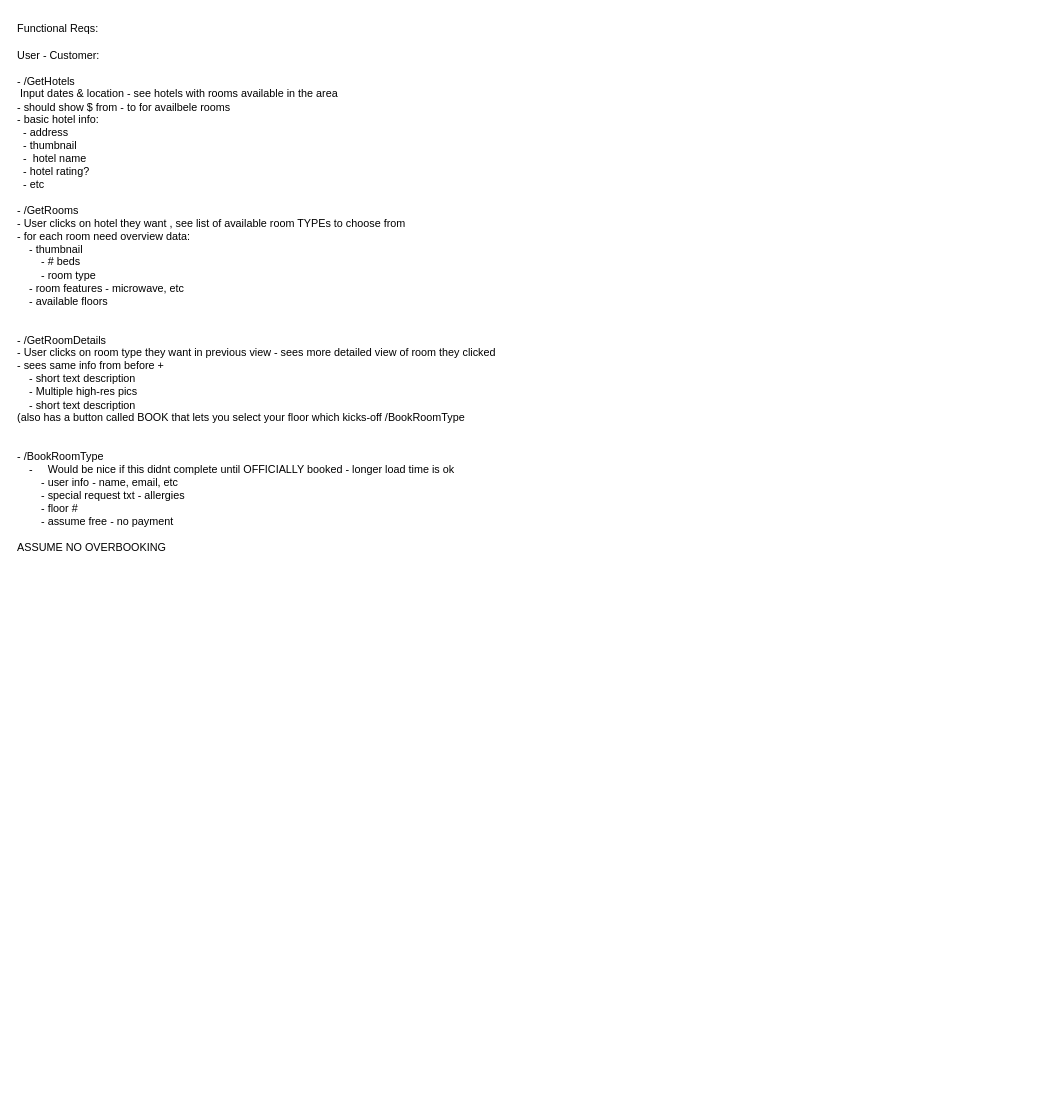
Above: hotel_booking.drawio in Brandon-Valley/draw_io_diagrams (draw.io), before the change. Source tidied: cells renumbered, new cells numbered last; positions are measured from the earlier drawing's top-left corner, leaving out a move shared by most shapes. Both pictures are drawn from the tidied source at 90%, with x=0, y=0 at pixel (15, 15).
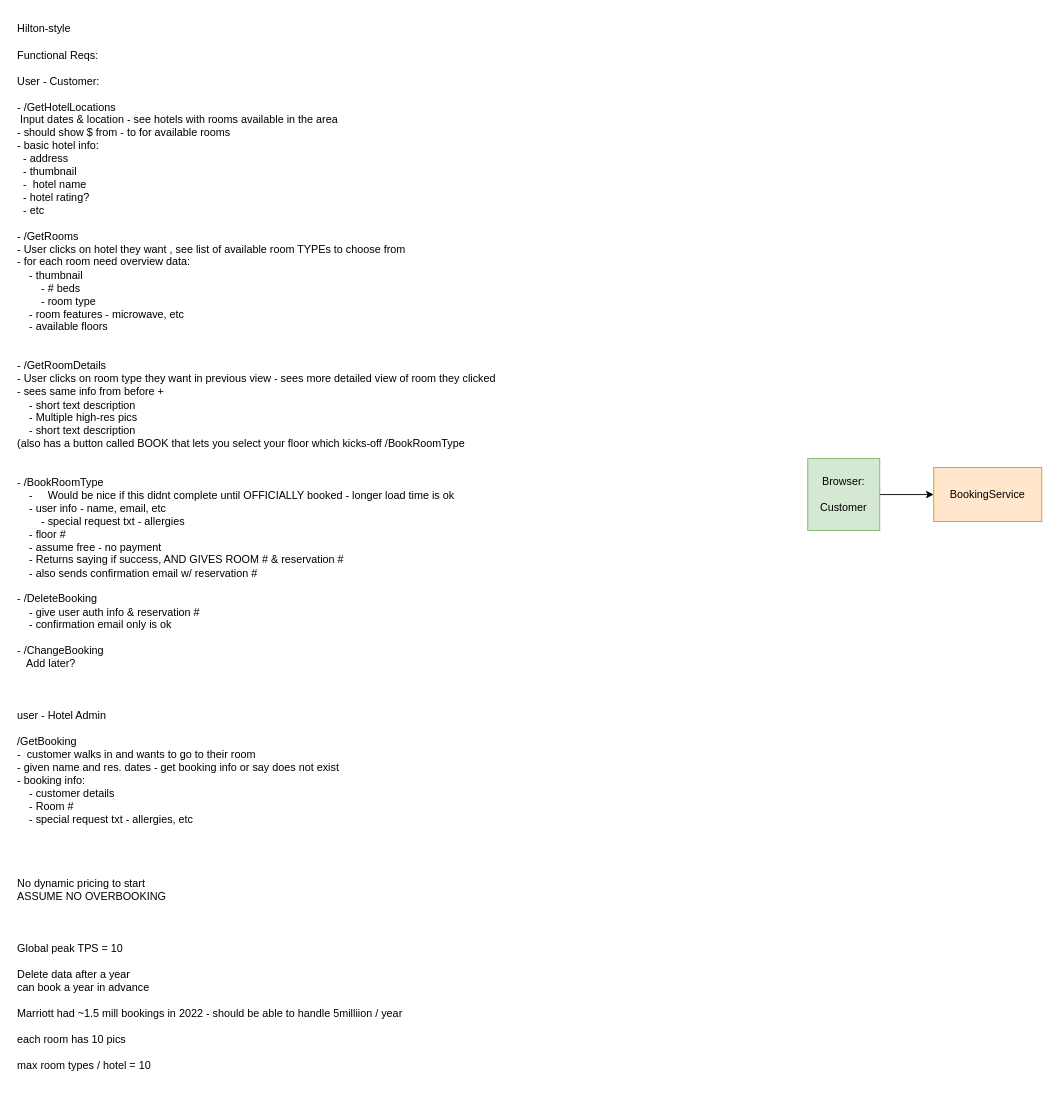
After the change.

Diff of the diagram source:
```diff
@@
 <mxGraphModel>
   <root>
     <mxCell id="0" />
     <mxCell id="1" parent="0" />
-    <mxCell id="2" value="&lt;div align=&quot;left&quot;&gt;Functional Reqs:&lt;/div&gt;&lt;div align=&quot;left&quot;&gt;&lt;br&gt;&lt;/div&gt;&lt;div align=&quot;left&quot;&gt;User - Customer:&lt;/div&gt;&lt;div align=&quot;left&quot;&gt;&lt;br&gt;&lt;/div&gt;&lt;div align=&quot;left&quot;&gt;- /GetHotels&lt;br&gt;&lt;/div&gt;&lt;div align=&quot;left&quot;&gt;&amp;nbsp;Input dates &amp;amp; location - see hotels with rooms available in the area&lt;/div&gt;&lt;div align=&quot;left&quot;&gt;- should show $ from - to for availbele rooms&lt;/div&gt;&lt;div align=&quot;left&quot;&gt;- basic hotel info:&lt;/div&gt;&lt;div align=&quot;left&quot;&gt;&amp;nbsp; - address&lt;/div&gt;&lt;div align=&quot;left&quot;&gt;&amp;nbsp; - thumbnail&lt;/div&gt;&lt;div align=&quot;left&quot;&gt;&amp;nbsp; -&amp;nbsp; hotel name&lt;/div&gt;&lt;div align=&quot;left&quot;&gt;&amp;nbsp; - hotel rating?&lt;/div&gt;&lt;div align=&quot;left&quot;&gt;&amp;nbsp; - etc&lt;/div&gt;&lt;div align=&quot;left&quot;&gt;&lt;br&gt;&lt;/div&gt;&lt;div align=&quot;left&quot;&gt;- /GetRooms&lt;/div&gt;&lt;div align=&quot;left&quot;&gt;- User clicks on hotel they want , see list of available room TYPEs to choose from&lt;/div&gt;&lt;div align=&quot;left&quot;&gt;- for each room need overview data:&lt;/div&gt;&lt;div align=&quot;left&quot;&gt;&lt;span style=&quot;&quot;&gt;&lt;span style=&quot;&quot;&gt;&amp;nbsp;&amp;nbsp;&amp;nbsp;&amp;nbsp;&lt;/span&gt;&lt;/span&gt;- thumbnail&lt;/div&gt;&lt;div align=&quot;left&quot;&gt;&amp;nbsp;&amp;nbsp;&amp;nbsp;&amp;nbsp;&amp;nbsp;&amp;nbsp;&amp;nbsp; - # beds&lt;/div&gt;&lt;div align=&quot;left&quot;&gt;&amp;nbsp;&amp;nbsp;&amp;nbsp;&amp;nbsp;&amp;nbsp;&amp;nbsp;&amp;nbsp; - room type&lt;/div&gt;&lt;div align=&quot;left&quot;&gt;&lt;span style=&quot;&quot;&gt;&lt;span style=&quot;&quot;&gt;&amp;nbsp;&amp;nbsp;&amp;nbsp;&amp;nbsp;&lt;/span&gt;&lt;/span&gt;- room features - microwave, etc&lt;/div&gt;&lt;div align=&quot;left&quot;&gt;&lt;span style=&quot;&quot;&gt;&lt;span style=&quot;&quot;&gt;&amp;nbsp;&amp;nbsp;&amp;nbsp;&amp;nbsp;&lt;/span&gt;&lt;/span&gt;- available floors&lt;/div&gt;&lt;div align=&quot;left&quot;&gt;&lt;br&gt;&lt;/div&gt;&lt;div align=&quot;left&quot;&gt;&lt;br&gt;&lt;/div&gt;&lt;div align=&quot;left&quot;&gt;- /GetRoomDetails&lt;/div&gt;&lt;div align=&quot;left&quot;&gt;- User clicks on room type they want in previous view - sees more detailed view of room they clicked&lt;/div&gt;&lt;div align=&quot;left&quot;&gt;- sees same info from before + &lt;br&gt;&lt;div align=&quot;left&quot;&gt;&lt;span style=&quot;&quot;&gt;&amp;nbsp;&amp;nbsp;&amp;nbsp;&amp;nbsp;&lt;/span&gt;- short text description&lt;/div&gt;&lt;div align=&quot;left&quot;&gt;&lt;span style=&quot;&quot;&gt;&lt;span style=&quot;&quot;&gt;&amp;nbsp;&amp;nbsp;&amp;nbsp;&amp;nbsp;&lt;/span&gt;&lt;/span&gt;- Multiple high-res pics&lt;/div&gt;&lt;div align=&quot;left&quot;&gt;&lt;span style=&quot;&quot;&gt;&lt;span style=&quot;&quot;&gt;&amp;nbsp;&amp;nbsp;&amp;nbsp;&amp;nbsp;&lt;/span&gt;&lt;/span&gt;- short text description&lt;/div&gt;&lt;div align=&quot;left&quot;&gt;(also has a button called BOOK that lets you select your floor which kicks-off /BookRoomType&lt;/div&gt;&lt;div align=&quot;left&quot;&gt;&lt;br&gt;&lt;/div&gt;&lt;div align=&quot;left&quot;&gt;&lt;br&gt;&lt;/div&gt;&lt;div align=&quot;left&quot;&gt;- /BookRoomType&lt;/div&gt;&lt;div align=&quot;left&quot;&gt;&lt;span style=&quot;&quot;&gt;&lt;span style=&quot;white-space: pre;&quot;&gt;&amp;nbsp;&amp;nbsp;&amp;nbsp;&amp;nbsp;&lt;/span&gt;&lt;/span&gt;- &lt;span style=&quot;white-space: pre;&quot;&gt;&amp;nbsp;&amp;nbsp;&amp;nbsp;&lt;/span&gt; Would be nice if this didnt complete until OFFICIALLY booked - longer load time is ok&lt;/div&gt;&lt;div align=&quot;left&quot;&gt;&lt;span style=&quot;white-space: pre;&quot;&gt;&#9;&lt;/span&gt;- user info - name, email, etc&lt;/div&gt;&lt;div align=&quot;left&quot;&gt;&amp;nbsp;&amp;nbsp;&amp;nbsp;&amp;nbsp;&amp;nbsp;&amp;nbsp;&amp;nbsp; - special request txt - allergies&lt;/div&gt;&lt;div align=&quot;left&quot;&gt;&lt;span style=&quot;white-space: pre;&quot;&gt;&#9;&lt;/span&gt;- floor #&lt;/div&gt;&lt;div align=&quot;left&quot;&gt;&lt;span style=&quot;white-space: pre;&quot;&gt;&#9;&lt;/span&gt;- assume free - no payment&lt;/div&gt;&lt;div align=&quot;left&quot;&gt;&lt;br&gt;&lt;/div&gt;&lt;div align=&quot;left&quot;&gt;ASSUME NO OVERBOOKING&lt;br&gt;&lt;/div&gt;&lt;/div&gt;&lt;div align=&quot;left&quot;&gt;&lt;br&gt;&lt;/div&gt;" style="text;html=1;align=left;verticalAlign=middle;strokeColor=none;fillColor=none;" parent="1" vertex="1">
-      <mxGeometry width="560" height="620" as="geometry" />
+    <mxCell id="2" value="&lt;div align=&quot;left&quot;&gt;Hilton-style&lt;br&gt;&lt;br&gt;Functional Reqs:&lt;/div&gt;&lt;div align=&quot;left&quot;&gt;&lt;br&gt;&lt;/div&gt;&lt;div align=&quot;left&quot;&gt;User - Customer:&lt;/div&gt;&lt;div align=&quot;left&quot;&gt;&lt;br&gt;&lt;/div&gt;&lt;div align=&quot;left&quot;&gt;- /GetHotelLocations&lt;br&gt;&lt;/div&gt;&lt;div align=&quot;left&quot;&gt;&amp;nbsp;Input dates &amp;amp; location - see hotels with rooms available in the area&lt;/div&gt;&lt;div align=&quot;left&quot;&gt;- should show $ from - to for available rooms&lt;/div&gt;&lt;div align=&quot;left&quot;&gt;- basic hotel info:&lt;/div&gt;&lt;div align=&quot;left&quot;&gt;&amp;nbsp; - address&lt;/div&gt;&lt;div align=&quot;left&quot;&gt;&amp;nbsp; - thumbnail&lt;/div&gt;&lt;div align=&quot;left&quot;&gt;&amp;nbsp; -&amp;nbsp; hotel name&lt;/div&gt;&lt;div align=&quot;left&quot;&gt;&amp;nbsp; - hotel rating?&lt;/div&gt;&lt;div align=&quot;left&quot;&gt;&amp;nbsp; - etc&lt;/div&gt;&lt;div align=&quot;left&quot;&gt;&lt;br&gt;&lt;/div&gt;&lt;div align=&quot;left&quot;&gt;- /GetRooms&lt;/div&gt;&lt;div align=&quot;left&quot;&gt;- User clicks on hotel they want , see list of available room TYPEs to choose from&lt;/div&gt;&lt;div align=&quot;left&quot;&gt;- for each room need overview data:&lt;/div&gt;&lt;div align=&quot;left&quot;&gt;&lt;span style=&quot;&quot;&gt;&lt;span style=&quot;&quot;&gt;&amp;nbsp;&amp;nbsp;&amp;nbsp;&amp;nbsp;&lt;/span&gt;&lt;/span&gt;- thumbnail&lt;/div&gt;&lt;div align=&quot;left&quot;&gt;&amp;nbsp;&amp;nbsp;&amp;nbsp;&amp;nbsp;&amp;nbsp;&amp;nbsp;&amp;nbsp; - # beds&lt;/div&gt;&lt;div align=&quot;left&quot;&gt;&amp;nbsp;&amp;nbsp;&amp;nbsp;&amp;nbsp;&amp;nbsp;&amp;nbsp;&amp;nbsp; - room type&lt;/div&gt;&lt;div align=&quot;left&quot;&gt;&lt;span style=&quot;&quot;&gt;&lt;span style=&quot;&quot;&gt;&amp;nbsp;&amp;nbsp;&amp;nbsp;&amp;nbsp;&lt;/span&gt;&lt;/span&gt;- room features - microwave, etc&lt;/div&gt;&lt;div align=&quot;left&quot;&gt;&lt;span style=&quot;&quot;&gt;&lt;span style=&quot;&quot;&gt;&amp;nbsp;&amp;nbsp;&amp;nbsp;&amp;nbsp;&lt;/span&gt;&lt;/span&gt;- available floors&lt;/div&gt;&lt;div align=&quot;left&quot;&gt;&lt;br&gt;&lt;/div&gt;&lt;div align=&quot;left&quot;&gt;&lt;br&gt;&lt;/div&gt;&lt;div align=&quot;left&quot;&gt;- /GetRoomDetails&lt;/div&gt;&lt;div align=&quot;left&quot;&gt;- User clicks on room type they want in previous view - sees more detailed view of room they clicked&lt;/div&gt;&lt;div align=&quot;left&quot;&gt;- sees same info from before + &lt;br&gt;&lt;div align=&quot;left&quot;&gt;&lt;span style=&quot;&quot;&gt;&amp;nbsp;&amp;nbsp;&amp;nbsp;&amp;nbsp;&lt;/span&gt;- short text description&lt;/div&gt;&lt;div align=&quot;left&quot;&gt;&lt;span style=&quot;&quot;&gt;&lt;span style=&quot;&quot;&gt;&amp;nbsp;&amp;nbsp;&amp;nbsp;&amp;nbsp;&lt;/span&gt;&lt;/span&gt;- Multiple high-res pics&lt;/div&gt;&lt;div align=&quot;left&quot;&gt;&lt;span style=&quot;&quot;&gt;&lt;span style=&quot;&quot;&gt;&amp;nbsp;&amp;nbsp;&amp;nbsp;&amp;nbsp;&lt;/span&gt;&lt;/span&gt;- short text description&lt;/div&gt;&lt;div align=&quot;left&quot;&gt;(also has a button called BOOK that lets you select your floor which kicks-off /BookRoomType&lt;/div&gt;&lt;div align=&quot;left&quot;&gt;&lt;br&gt;&lt;/div&gt;&lt;div align=&quot;left&quot;&gt;&lt;br&gt;&lt;/div&gt;&lt;div align=&quot;left&quot;&gt;- /BookRoomType&lt;/div&gt;&lt;div align=&quot;left&quot;&gt;&lt;span style=&quot;&quot;&gt;&lt;span style=&quot;&quot;&gt;&amp;nbsp;&amp;nbsp;&amp;nbsp;&amp;nbsp;&lt;/span&gt;&lt;/span&gt;- &lt;span style=&quot;&quot;&gt;&amp;nbsp;&amp;nbsp;&amp;nbsp;&lt;/span&gt; Would be nice if this didnt complete until OFFICIALLY booked - longer load time is ok&lt;/div&gt;&lt;div align=&quot;left&quot;&gt;&lt;span style=&quot;&quot;&gt;&lt;span style=&quot;&quot;&gt;&amp;nbsp;&amp;nbsp;&amp;nbsp;&amp;nbsp;&lt;/span&gt;&lt;/span&gt;- user info - name, email, etc&lt;/div&gt;&lt;div align=&quot;left&quot;&gt;&amp;nbsp;&amp;nbsp;&amp;nbsp;&amp;nbsp;&amp;nbsp;&amp;nbsp;&amp;nbsp; - special request txt - allergies&lt;/div&gt;&lt;div align=&quot;left&quot;&gt;&lt;span style=&quot;&quot;&gt;&lt;span style=&quot;&quot;&gt;&amp;nbsp;&amp;nbsp;&amp;nbsp;&amp;nbsp;&lt;/span&gt;&lt;/span&gt;- floor #&lt;/div&gt;&lt;div align=&quot;left&quot;&gt;&lt;span style=&quot;&quot;&gt;&lt;span style=&quot;&quot;&gt;&amp;nbsp;&amp;nbsp;&amp;nbsp;&amp;nbsp;&lt;/span&gt;&lt;/span&gt;- assume free - no payment&lt;/div&gt;&lt;div align=&quot;left&quot;&gt;&lt;span style=&quot;&quot;&gt;&lt;span style=&quot;&quot;&gt;&amp;nbsp;&amp;nbsp;&amp;nbsp;&amp;nbsp;&lt;/span&gt;&lt;/span&gt;- Returns saying if success, AND GIVES ROOM # &amp;amp; reservation #&lt;/div&gt;&lt;div align=&quot;left&quot;&gt;&lt;span style=&quot;&quot;&gt;&lt;span style=&quot;&quot;&gt;&amp;nbsp;&amp;nbsp;&amp;nbsp;&amp;nbsp;&lt;/span&gt;&lt;/span&gt;- also sends confirmation email w/ reservation #&lt;br&gt;&lt;/div&gt;&lt;div align=&quot;left&quot;&gt;&lt;br&gt;&lt;/div&gt;&lt;div align=&quot;left&quot;&gt;- /DeleteBooking&lt;/div&gt;&lt;div align=&quot;left&quot;&gt;&lt;span style=&quot;&quot;&gt;&lt;span style=&quot;&quot;&gt;&amp;nbsp;&amp;nbsp;&amp;nbsp;&amp;nbsp;&lt;/span&gt;&lt;/span&gt;- give user auth info &amp;amp; reservation #&lt;/div&gt;&lt;div align=&quot;left&quot;&gt;&lt;span style=&quot;&quot;&gt;&lt;span style=&quot;white-space: pre;&quot;&gt;&amp;nbsp;&amp;nbsp;&amp;nbsp;&amp;nbsp;&lt;/span&gt;&lt;/span&gt;- confirmation email only is ok&lt;/div&gt;&lt;div align=&quot;left&quot;&gt;&lt;br&gt;&lt;/div&gt;&lt;div align=&quot;left&quot;&gt;- /ChangeBooking&lt;/div&gt;&lt;div align=&quot;left&quot;&gt;&lt;span style=&quot;&quot;&gt;&lt;span style=&quot;white-space: pre;&quot;&gt;&amp;nbsp;&amp;nbsp;&amp;nbsp;Add later?&lt;/span&gt;&lt;/span&gt;&lt;div align=&quot;left&quot;&gt;&lt;br&gt;&lt;/div&gt;&lt;/div&gt;&lt;div align=&quot;left&quot;&gt;&lt;br&gt;&lt;/div&gt;&lt;div align=&quot;left&quot;&gt;&lt;br&gt;&lt;/div&gt;&lt;div align=&quot;left&quot;&gt;user - Hotel Admin&lt;br&gt;&lt;br&gt;/GetBooking&lt;/div&gt;&lt;div align=&quot;left&quot;&gt;-&amp;nbsp; customer walks in and wants to go to their room&lt;br&gt;&lt;/div&gt;&lt;div align=&quot;left&quot;&gt;- given name and res. dates - get booking info or say does not exist&lt;/div&gt;&lt;div align=&quot;left&quot;&gt;- booking info:&lt;/div&gt;&lt;div align=&quot;left&quot;&gt;&lt;span style=&quot;&quot;&gt;&lt;span style=&quot;&quot;&gt;&amp;nbsp;&amp;nbsp;&amp;nbsp;&amp;nbsp;&lt;/span&gt;&lt;/span&gt;- customer details&lt;/div&gt;&lt;div align=&quot;left&quot;&gt;&lt;span style=&quot;&quot;&gt;&lt;span style=&quot;&quot;&gt;&amp;nbsp;&amp;nbsp;&amp;nbsp;&amp;nbsp;&lt;/span&gt;&lt;/span&gt;- Room #&lt;/div&gt;&lt;div align=&quot;left&quot;&gt;&lt;span style=&quot;&quot;&gt;&lt;span style=&quot;&quot;&gt;&amp;nbsp;&amp;nbsp;&amp;nbsp;&amp;nbsp;&lt;/span&gt;&lt;/span&gt;- special request txt - allergies, etc&lt;br&gt;&lt;br&gt;&lt;/div&gt;&lt;div align=&quot;left&quot;&gt;&lt;br&gt;&lt;/div&gt;&lt;div align=&quot;left&quot;&gt;&lt;br&gt;&lt;/div&gt;&lt;div align=&quot;left&quot;&gt;&lt;br&gt;&lt;/div&gt;&lt;div align=&quot;left&quot;&gt;No dynamic pricing to start&lt;br&gt;&lt;/div&gt;&lt;div align=&quot;left&quot;&gt;ASSUME NO OVERBOOKING&lt;/div&gt;&lt;div align=&quot;left&quot;&gt;&lt;br&gt;&lt;/div&gt;&lt;div align=&quot;left&quot;&gt;&lt;br&gt;&lt;/div&gt;&lt;div align=&quot;left&quot;&gt;&lt;br&gt;&lt;/div&gt;&lt;div align=&quot;left&quot;&gt;Global peak TPS = 10&lt;/div&gt;&lt;div align=&quot;left&quot;&gt;&lt;br&gt;&lt;/div&gt;&lt;div align=&quot;left&quot;&gt;Delete data after a year&lt;/div&gt;&lt;div align=&quot;left&quot;&gt;can book a year in advance&lt;/div&gt;&lt;div align=&quot;left&quot;&gt;&lt;br&gt;&lt;/div&gt;&lt;div align=&quot;left&quot;&gt;Marriott had ~1.5 mill bookings in 2022 - should be able to handle 5milliion / year&lt;/div&gt;&lt;div align=&quot;left&quot;&gt;&lt;br&gt;&lt;/div&gt;&lt;div align=&quot;left&quot;&gt;each room has 10 pics&lt;/div&gt;&lt;div align=&quot;left&quot;&gt;&lt;br&gt;&lt;/div&gt;&lt;div align=&quot;left&quot;&gt;max room types / hotel = 10&lt;br&gt;&lt;/div&gt;&lt;div align=&quot;left&quot;&gt;&lt;br&gt;&lt;/div&gt;&lt;/div&gt;&lt;div align=&quot;left&quot;&gt;&lt;br&gt;&lt;/div&gt;" style="text;html=1;align=left;verticalAlign=middle;strokeColor=none;fillColor=none;" parent="1" vertex="1">
+      <mxGeometry width="560" height="1210" as="geometry" />
     </mxCell>
+    <mxCell id="3" style="edgeStyle=orthogonalEdgeStyle;rounded=0;jettySize=auto;html=1;" parent="1" edge="1" source="4" target="5">
+      <mxGeometry relative="1" as="geometry" />
+    </mxCell>
+    <mxCell id="4" value="Browser:&lt;br&gt;&lt;br&gt;Customer" style="whiteSpace=wrap;html=1;fillColor=#d5e8d4;strokeColor=#82b366;" parent="1" vertex="1">
+      <mxGeometry x="880" y="492" width="80" height="80" as="geometry" />
+    </mxCell>
+    <mxCell id="5" value="BookingService" style="whiteSpace=wrap;html=1;fillColor=#ffe6cc;strokeColor=#d79b00;" parent="1" vertex="1">
+      <mxGeometry x="1020" y="502" width="120" height="60" as="geometry" />
+    </mxCell>
   </root>
 </mxGraphModel>
```
